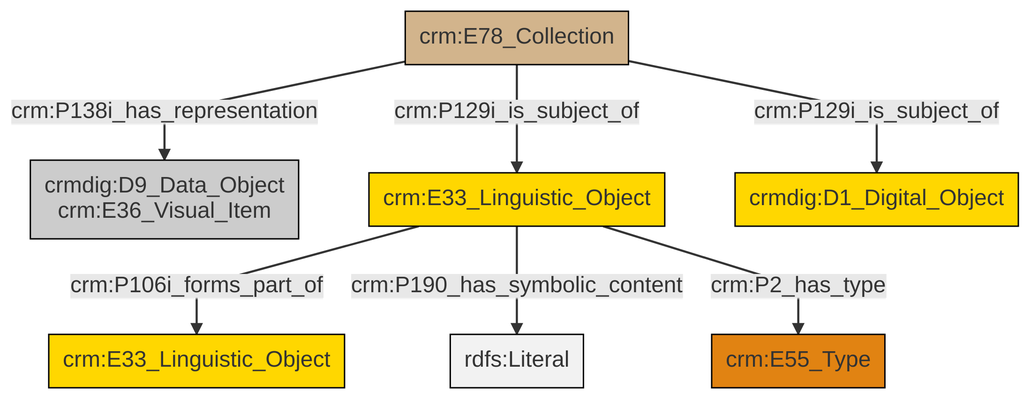
Above: et/archivalCSV/ttl/mmd/png/archival_docs.png in swiss-art-research-net/docs.swissartresearch (Mermaid), before the change. Its source is kept beside it as et/archivalCSV/ttl/mmd/archival_docs.ttl.mmd.
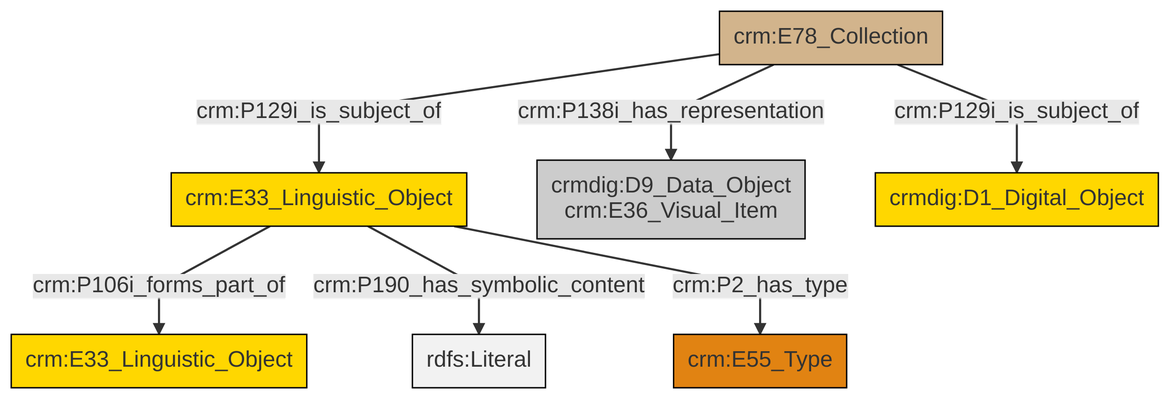
After the change.

Diff of the diagram source:
```diff
@@ -13,9 +13,9 @@
 classDef PC_Classes fill:#4ce600, stroke:#000000;
 classDef Multi fill:#cccccc,stroke:#000000;
 
-0["crm:E78_Collection"]:::Physical_Thing -->|crm:P138i_has_representation| 1["crmdig:D9_Data_Object<br>crm:E36_Visual_Item"]:::Multi
-2["crm:E33_Linguistic_Object"]:::Conceptual_Object -->|crm:P106i_forms_part_of| 3["crm:E33_Linguistic_Object"]:::Conceptual_Object
-2["crm:E33_Linguistic_Object"]:::Conceptual_Object -->|crm:P190_has_symbolic_content| 5[rdfs:Literal]:::Literal
-2["crm:E33_Linguistic_Object"]:::Conceptual_Object -->|crm:P2_has_type| 6["crm:E55_Type"]:::Type
-0["crm:E78_Collection"]:::Physical_Thing -->|crm:P129i_is_subject_of| 2["crm:E33_Linguistic_Object"]:::Conceptual_Object
-0["crm:E78_Collection"]:::Physical_Thing -->|crm:P129i_is_subject_of| 7["crmdig:D1_Digital_Object"]:::Conceptual_Object
+6["crm:E78_Collection"]:::Physical_Thing -->|crm:P129i_is_subject_of| 7["crmdig:D1_Digital_Object"]:::Conceptual_Object
+6["crm:E78_Collection"]:::Physical_Thing -->|crm:P129i_is_subject_of| 0["crm:E33_Linguistic_Object"]:::Conceptual_Object
+0["crm:E33_Linguistic_Object"]:::Conceptual_Object -->|crm:P106i_forms_part_of| 9["crm:E33_Linguistic_Object"]:::Conceptual_Object
+6["crm:E78_Collection"]:::Physical_Thing -->|crm:P138i_has_representation| 4["crmdig:D9_Data_Object<br>crm:E36_Visual_Item"]:::Multi
+0["crm:E33_Linguistic_Object"]:::Conceptual_Object -->|crm:P190_has_symbolic_content| 12[rdfs:Literal]:::Literal
+0["crm:E33_Linguistic_Object"]:::Conceptual_Object -->|crm:P2_has_type| 2["crm:E55_Type"]:::Type
```
